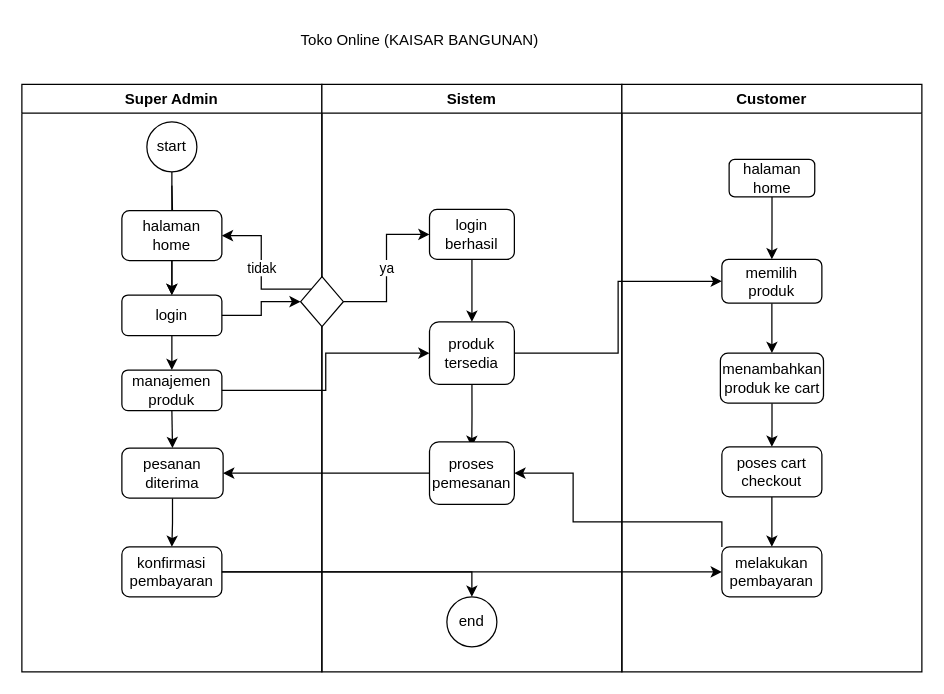
The draw.io diagram Untitled Diagram.drawio in bungadiagram/diagram, before the edit. Source tidied: cells renumbered, new cells numbered last; positions are measured from the earlier drawing's top-left corner, leaving out a move shared by most shapes. Both pictures are drawn from the tidied source at 125%, with x=0, y=0 at pixel (21, 21).
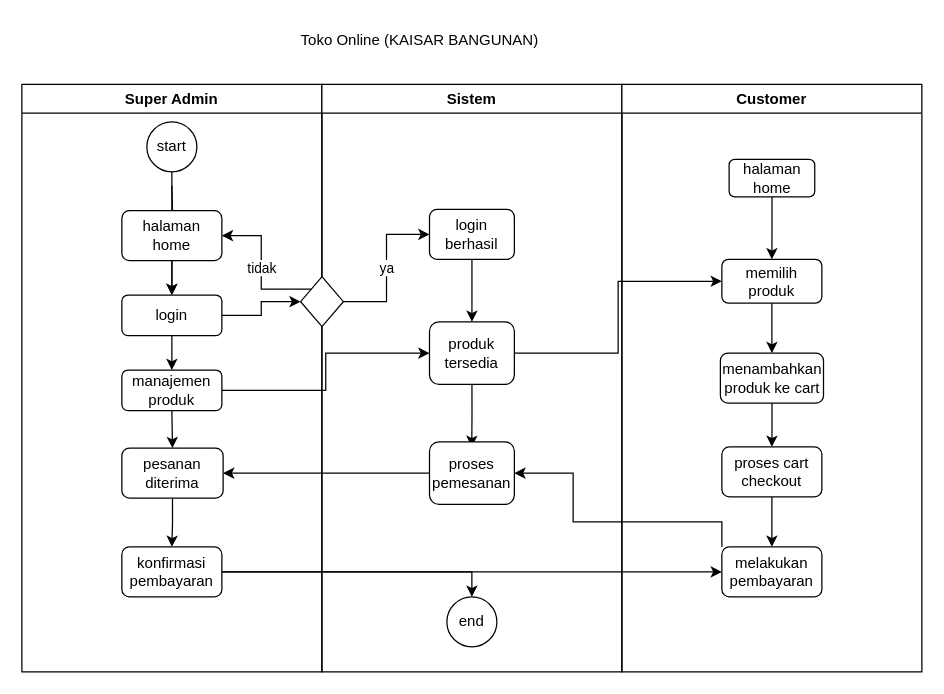
Above is the later version.

The change refers to these unchanged cells:
```xml
<mxCell id="25" value="Customer" style="swimlane;whiteSpace=wrap;html=1;" parent="1" vertex="1">
  <mxGeometry x="480" y="50" width="240" height="470" as="geometry" />
</mxCell>
```

Diff of the diagram source:
```diff
@@
-    <mxCell id="33" value="poses cart checkout" style="whiteSpace=wrap;html=1;rounded=1;" parent="25" vertex="1">
+    <mxCell id="33" value="proses cart checkout" style="whiteSpace=wrap;html=1;rounded=1;" parent="25" vertex="1">
       <mxGeometry x="80" y="290" width="80" height="40" as="geometry" />
     </mxCell>
```
